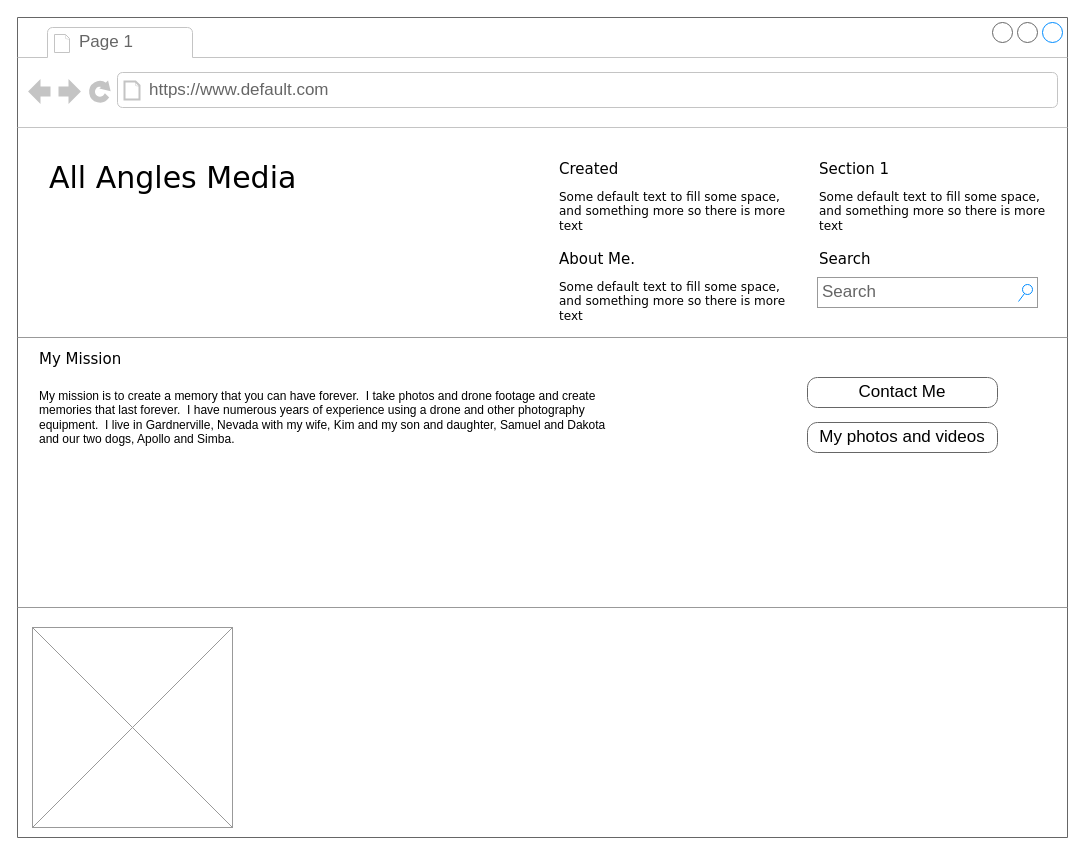
The draw.io diagram Untitled Diagram.drawio in Kimmytee/index.html, before the edit. Source tidied: cells renumbered, new cells numbered last; positions are measured from the earlier drawing's top-left corner, leaving out a move shared by most shapes. Both pictures are drawn from the tidied source at 100%, with x=0, y=0 at pixel (17, 17).
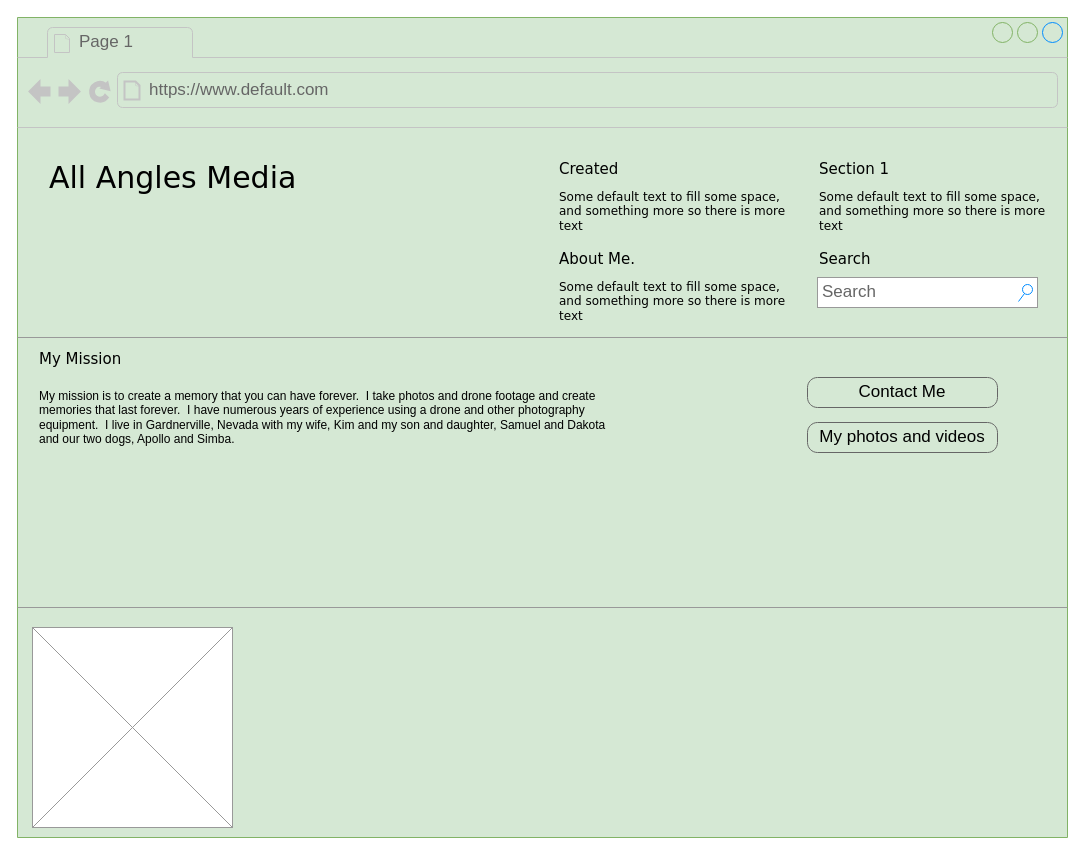
The same diagram, later.

Commit message:
All Angles Media Website.io

Change to the diagram source:
```diff
@@
-    <mxCell id="2" style="strokeWidth=1;shadow=0;dashed=0;align=center;html=1;shape=mxgraph.mockup.containers.browserWindow;rSize=0;strokeColor=#666666;mainText=,;rounded=0;labelBackgroundColor=none;fontFamily=Verdana;fontSize=12;" parent="1" vertex="1">
+    <mxCell id="2" style="strokeWidth=1;shadow=0;dashed=0;align=center;html=1;shape=mxgraph.mockup.containers.browserWindow;rSize=0;strokeColor=#82b366;mainText=,;rounded=0;labelBackgroundColor=none;fontFamily=Verdana;fontSize=12;fillColor=#d5e8d4;gradientColor=default;gradientDirection=north;" parent="1" vertex="1">
       <mxGeometry width="1050" height="820" as="geometry" />
     </mxCell>
```
